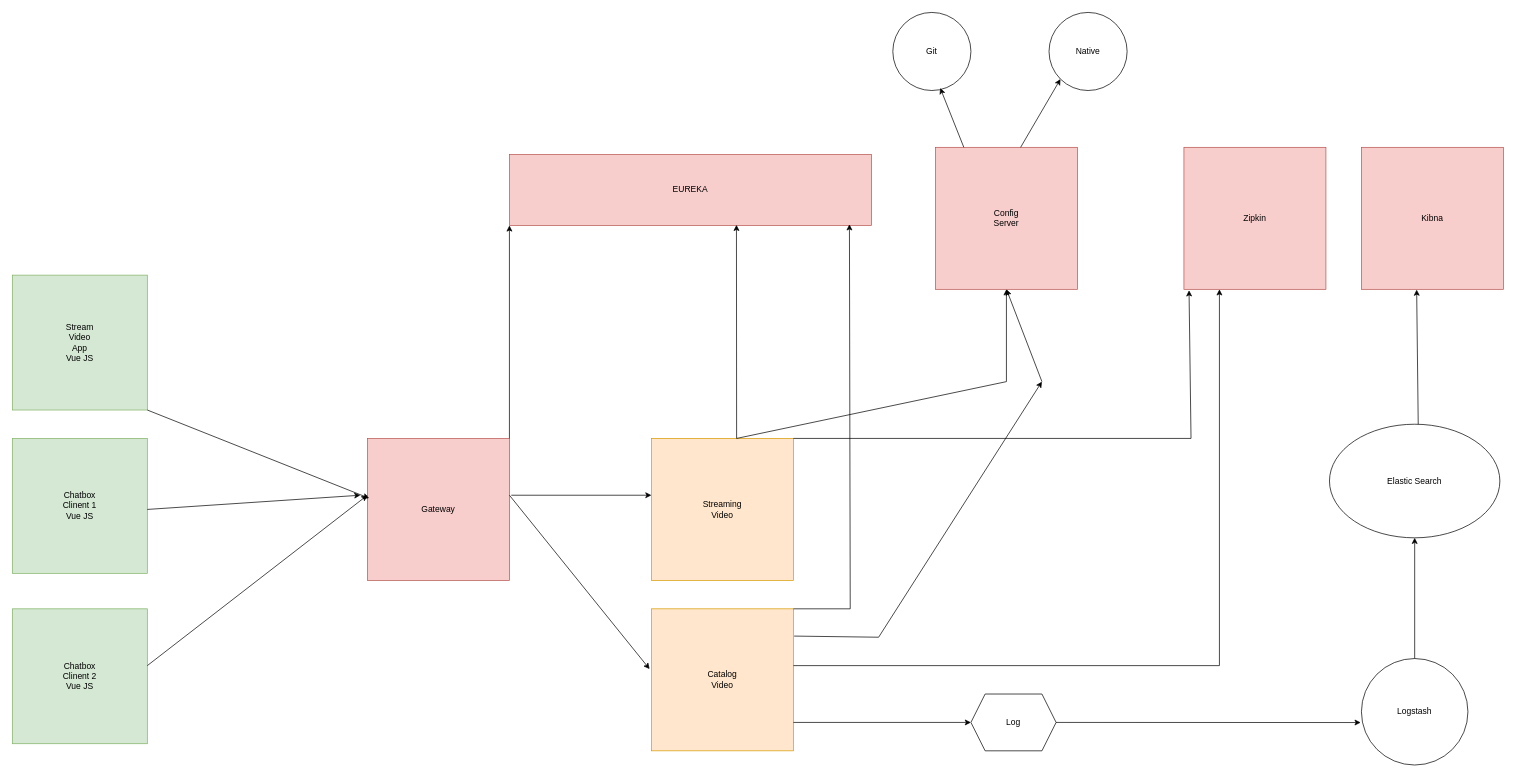
This is ecom_micro_system.drawio from ecom-micro-system/nilee-system-design, a draw.io file, before an edit. Source tidied: cells renumbered, new cells numbered last; positions are measured from the earlier drawing's top-left corner, leaving out a move shared by most shapes. Both pictures are drawn from the tidied source at 71%, with x=0, y=0 at pixel (12, 12).
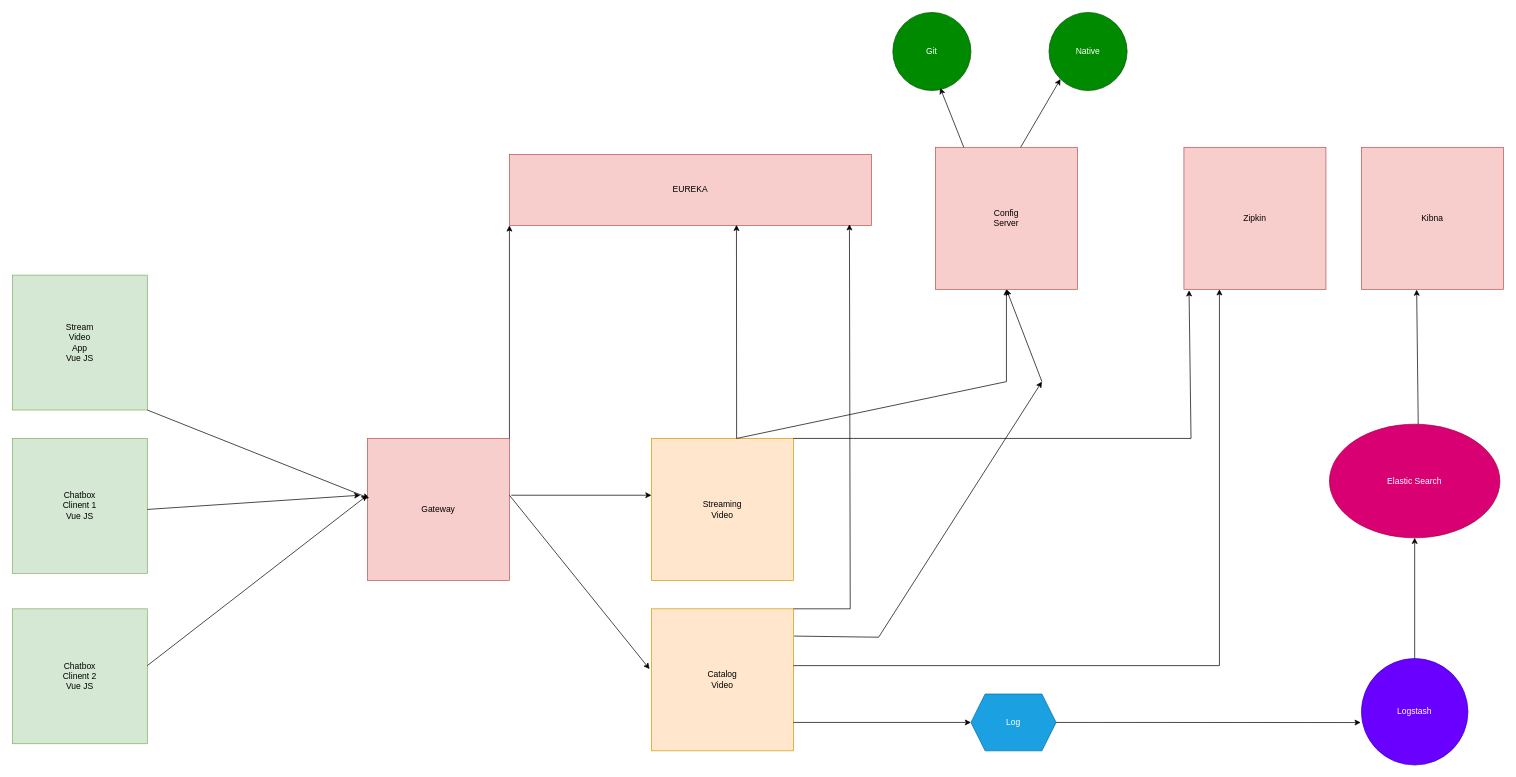
After the change.

Diff of the diagram source:
```diff
@@
-    <mxCell id="21" value="Git" style="ellipse;whiteSpace=wrap;html=1;" parent="1" vertex="1">
+    <mxCell id="21" value="Git" style="ellipse;whiteSpace=wrap;html=1;fillColor=#008a00;fontColor=#ffffff;strokeColor=#005700;" parent="1" vertex="1">
       <mxGeometry x="1240" width="110" height="110" as="geometry" />
     </mxCell>
-    <mxCell id="22" value="Native" style="ellipse;whiteSpace=wrap;html=1;" parent="1" vertex="1">
+    <mxCell id="22" value="Native" style="ellipse;whiteSpace=wrap;html=1;fillColor=#008a00;fontColor=#ffffff;strokeColor=#005700;" parent="1" vertex="1">
       <mxGeometry x="1460" width="110" height="110" as="geometry" />
     </mxCell>
@@
-    <mxCell id="33" value="Log" style="shape=hexagon;perimeter=hexagonPerimeter2;whiteSpace=wrap;html=1;fixedSize=1;" parent="1" vertex="1">
+    <mxCell id="33" value="Log" style="shape=hexagon;perimeter=hexagonPerimeter2;whiteSpace=wrap;html=1;fixedSize=1;fillColor=#1ba1e2;fontColor=#ffffff;strokeColor=#006EAF;" parent="1" vertex="1">
       <mxGeometry x="1350" y="960" width="120" height="80" as="geometry" />
     </mxCell>
@@
-    <mxCell id="35" value="Logstash" style="ellipse;whiteSpace=wrap;html=1;" parent="1" vertex="1">
+    <mxCell id="35" value="Logstash" style="ellipse;whiteSpace=wrap;html=1;fillColor=#6a00ff;fontColor=#ffffff;strokeColor=#3700CC;" parent="1" vertex="1">
       <mxGeometry x="1900" y="910" width="150" height="150" as="geometry" />
     </mxCell>
@@
-    <mxCell id="37" value="Elastic Search" style="ellipse;whiteSpace=wrap;html=1;" parent="1" vertex="1">
+    <mxCell id="37" value="Elastic Search" style="ellipse;whiteSpace=wrap;html=1;fillColor=#d80073;fontColor=#ffffff;strokeColor=#A50040;" parent="1" vertex="1">
       <mxGeometry x="1855" y="580" width="240" height="160" as="geometry" />
     </mxCell>
```
